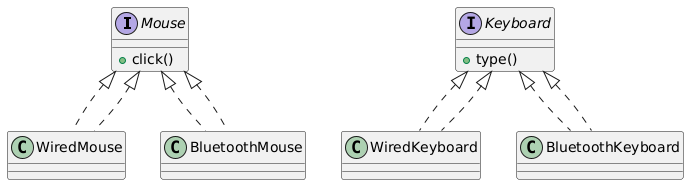
Safa-Tech-Dev/Design-Patterns keeps this PlantUML diagram as Design_Patterns/src/main/resources/images/DIP.png. Above is the earlier version.
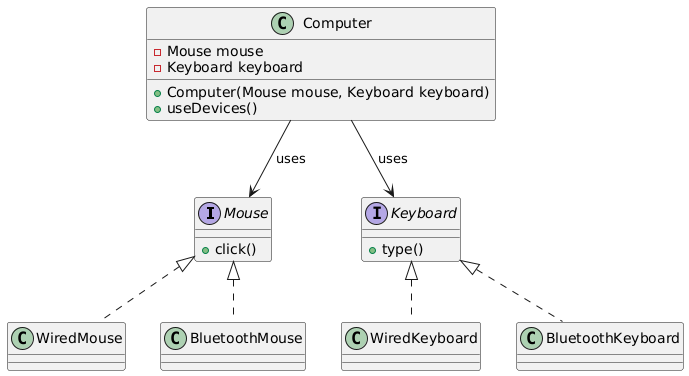
After the commit.

Commit message:
replaced Dependency Inversion Principle(DIP) image

Change to the diagram source:
```diff
@@ -13,9 +13,13 @@
 class WiredKeyboard implements Keyboard
 class BluetoothKeyboard implements Keyboard
 
-Mouse <|.. WiredMouse
-Mouse <|.. BluetoothMouse
+class Computer {
+    - Mouse mouse
+    - Keyboard keyboard
+    + Computer(Mouse mouse, Keyboard keyboard)
+    + useDevices()
+}
 
-Keyboard <|.. WiredKeyboard
-Keyboard <|.. BluetoothKeyboard
+Computer --> Mouse : uses
+Computer --> Keyboard : uses
 @enduml
```
